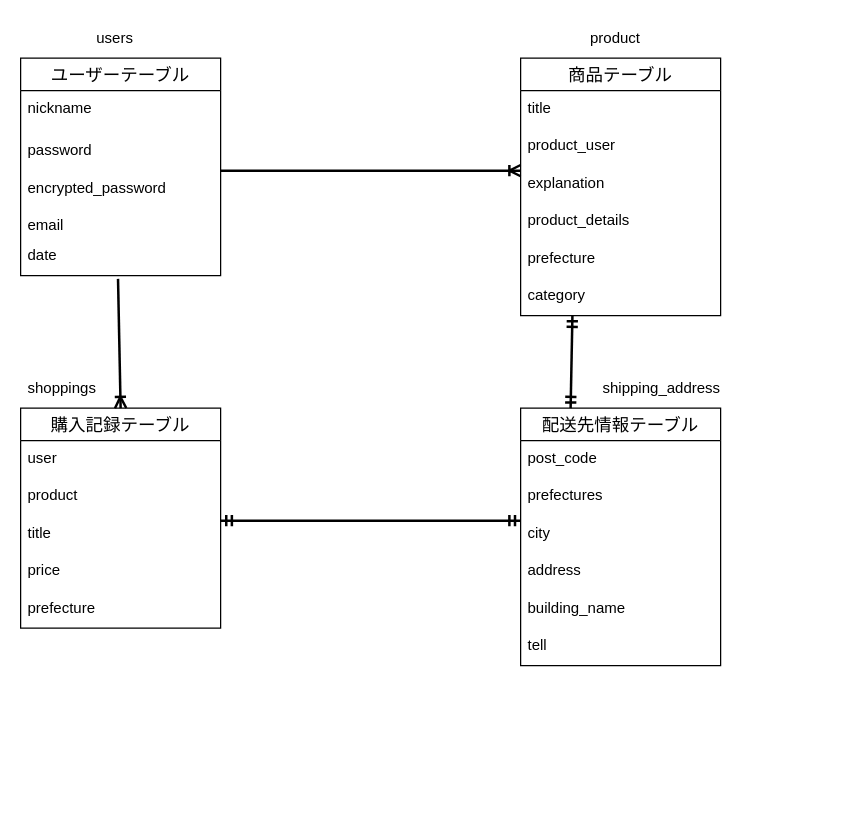
The draw.io diagram .dio in hibiki24o/furima-38475, before the edit. Source tidied: cells renumbered, new cells numbered last; positions are measured from the earlier drawing's top-left corner, leaving out a move shared by most shapes. Both pictures are drawn from the tidied source at 125%, with x=0, y=0 at pixel (20, 20).
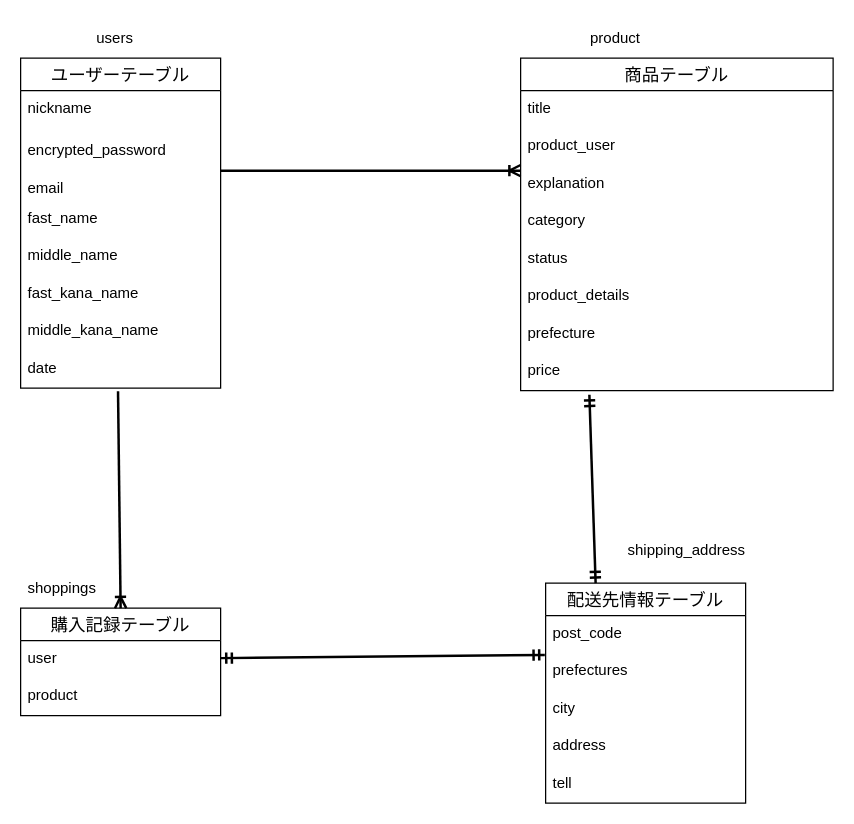
The same diagram, later.

Unchanged cells that the change refers to:
```xml
<mxCell id="23" value="prefectures" style="text;strokeColor=none;fillColor=none;spacingLeft=4;spacingRight=4;overflow=hidden;points=[[0,0.5],[1,0.5]];portConstraint=eastwest;fontSize=12;" parent="21" vertex="1">
  <mxGeometry y="56" width="160" height="30" as="geometry" />
</mxCell>
```

What changed in the source:
```diff
@@
     <mxCell id="2" value="ユーザーテーブル" style="swimlane;fontStyle=0;horizontal=1;startSize=26;align=center;fontSize=14;strokeColor=default;" parent="1" vertex="1">
-      <mxGeometry y="30" width="160" height="174" as="geometry" />
+      <mxGeometry y="30" width="160" height="264" as="geometry" />
     </mxCell>
@@
-    <mxCell id="4" value="password" style="text;strokeColor=none;fillColor=none;spacingLeft=4;spacingRight=4;overflow=hidden;fontSize=12;" parent="2" vertex="1">
-      <mxGeometry y="60" width="160" height="30" as="geometry" />
-    </mxCell>
     <mxCell id="5" value="encrypted_password" style="text;strokeColor=none;fillColor=none;spacingLeft=4;spacingRight=4;overflow=hidden;fontSize=12;" parent="2" vertex="1">
-      <mxGeometry y="90" width="160" height="30" as="geometry" />
+      <mxGeometry y="60" width="160" height="30" as="geometry" />
     </mxCell>
     <mxCell id="6" value="email" style="text;strokeColor=none;fillColor=none;spacingLeft=4;spacingRight=4;overflow=hidden;fontSize=12;" parent="2" vertex="1">
-      <mxGeometry y="120" width="160" height="24" as="geometry" />
+      <mxGeometry y="90" width="160" height="24" as="geometry" />
     </mxCell>
+    <mxCell id="36" value="fast_name" style="text;strokeColor=none;fillColor=none;spacingLeft=4;spacingRight=4;overflow=hidden;fontSize=12;" parent="2" vertex="1">
+      <mxGeometry y="114" width="160" height="30" as="geometry" />
+    </mxCell>
+    <mxCell id="37" value="middle_name" style="text;strokeColor=none;fillColor=none;spacingLeft=4;spacingRight=4;overflow=hidden;fontSize=12;" parent="2" vertex="1">
+      <mxGeometry y="144" width="160" height="30" as="geometry" />
+    </mxCell>
+    <mxCell id="38" value="fast_kana_name" style="text;strokeColor=none;fillColor=none;spacingLeft=4;spacingRight=4;overflow=hidden;fontSize=12;" parent="2" vertex="1">
+      <mxGeometry y="174" width="160" height="30" as="geometry" />
+    </mxCell>
+    <mxCell id="39" value="middle_kana_name" style="text;strokeColor=none;fillColor=none;spacingLeft=4;spacingRight=4;overflow=hidden;fontSize=12;" parent="2" vertex="1">
+      <mxGeometry y="204" width="160" height="30" as="geometry" />
+    </mxCell>
     <mxCell id="7" value="date" style="text;strokeColor=none;fillColor=none;spacingLeft=4;spacingRight=4;overflow=hidden;points=[[0,0.5],[1,0.5]];portConstraint=eastwest;fontSize=12;" parent="2" vertex="1">
-      <mxGeometry y="144" width="160" height="30" as="geometry" />
+      <mxGeometry y="234" width="160" height="30" as="geometry" />
     </mxCell>
     <mxCell id="8" value="商品テーブル" style="swimlane;fontStyle=0;horizontal=1;startSize=26;align=center;fontSize=14;" parent="1" vertex="1">
-      <mxGeometry x="400" y="30" width="160" height="206" as="geometry" />
+      <mxGeometry x="400" y="30" width="250" height="266" as="geometry" />
     </mxCell>
     <mxCell id="9" value="title" style="text;strokeColor=none;fillColor=none;spacingLeft=4;spacingRight=4;overflow=hidden;fontSize=12;" parent="8" vertex="1">
-      <mxGeometry y="26" width="160" height="30" as="geometry" />
+      <mxGeometry y="26" width="250" height="30" as="geometry" />
     </mxCell>
     <mxCell id="10" value="product_user" style="text;strokeColor=none;fillColor=none;spacingLeft=4;spacingRight=4;overflow=hidden;fontSize=12;" parent="8" vertex="1">
-      <mxGeometry y="56" width="160" height="30" as="geometry" />
+      <mxGeometry y="56" width="250" height="30" as="geometry" />
     </mxCell>
     <mxCell id="11" value="explanation" style="text;strokeColor=none;fillColor=none;spacingLeft=4;spacingRight=4;overflow=hidden;fontSize=12;" parent="8" vertex="1">
-      <mxGeometry y="86" width="160" height="30" as="geometry" />
+      <mxGeometry y="86" width="250" height="30" as="geometry" />
     </mxCell>
+    <mxCell id="40" value="category" style="text;strokeColor=none;fillColor=none;spacingLeft=4;spacingRight=4;overflow=hidden;fontSize=12;" parent="8" vertex="1">
+      <mxGeometry y="116" width="250" height="30" as="geometry" />
+    </mxCell>
+    <mxCell id="41" value="status" style="text;strokeColor=none;fillColor=none;spacingLeft=4;spacingRight=4;overflow=hidden;fontSize=12;" parent="8" vertex="1">
+      <mxGeometry y="146" width="250" height="30" as="geometry" />
+    </mxCell>
     <mxCell id="12" value="product_details" style="text;strokeColor=none;fillColor=none;spacingLeft=4;spacingRight=4;overflow=hidden;fontSize=12;" parent="8" vertex="1">
-      <mxGeometry y="116" width="160" height="30" as="geometry" />
+      <mxGeometry y="176" width="250" height="30" as="geometry" />
     </mxCell>
     <mxCell id="13" value="prefecture" style="text;strokeColor=none;fillColor=none;spacingLeft=4;spacingRight=4;overflow=hidden;fontSize=12;" parent="8" vertex="1">
-      <mxGeometry y="146" width="160" height="30" as="geometry" />
+      <mxGeometry y="206" width="250" height="30" as="geometry" />
     </mxCell>
-    <mxCell id="14" value="category" style="text;strokeColor=none;fillColor=none;spacingLeft=4;spacingRight=4;overflow=hidden;points=[[0,0.5],[1,0.5]];portConstraint=eastwest;fontSize=12;" parent="8" vertex="1">
-      <mxGeometry y="176" width="160" height="30" as="geometry" />
+    <mxCell id="14" value="price" style="text;strokeColor=none;fillColor=none;spacingLeft=4;spacingRight=4;overflow=hidden;points=[[0,0.5],[1,0.5]];portConstraint=eastwest;fontSize=12;" parent="8" vertex="1">
+      <mxGeometry y="236" width="250" height="30" as="geometry" />
     </mxCell>
     <mxCell id="15" value="購入記録テーブル" style="swimlane;fontStyle=0;horizontal=1;startSize=26;align=center;fontSize=14;" parent="1" vertex="1">
-      <mxGeometry y="310" width="160" height="176" as="geometry" />
+      <mxGeometry y="470" width="160" height="86" as="geometry" />
     </mxCell>
@@
-    <mxCell id="18" value="title" style="text;strokeColor=none;fillColor=none;spacingLeft=4;spacingRight=4;overflow=hidden;fontSize=12;" parent="15" vertex="1">
-      <mxGeometry y="86" width="160" height="30" as="geometry" />
-    </mxCell>
-    <mxCell id="19" value="price" style="text;strokeColor=none;fillColor=none;spacingLeft=4;spacingRight=4;overflow=hidden;fontSize=12;" parent="15" vertex="1">
-      <mxGeometry y="116" width="160" height="30" as="geometry" />
-    </mxCell>
-    <mxCell id="20" value="prefecture" style="text;strokeColor=none;fillColor=none;spacingLeft=4;spacingRight=4;overflow=hidden;fontSize=12;" parent="15" vertex="1">
-      <mxGeometry y="146" width="160" height="30" as="geometry" />
-    </mxCell>
     <mxCell id="21" value="配送先情報テーブル" style="swimlane;fontStyle=0;horizontal=1;startSize=26;align=center;fontSize=14;strokeColor=default;" parent="1" vertex="1">
-      <mxGeometry x="400" y="310" width="160" height="206" as="geometry" />
+      <mxGeometry x="420" y="450" width="160" height="176" as="geometry" />
     </mxCell>
@@
-    <mxCell id="26" value="building_name" style="text;strokeColor=none;fillColor=none;spacingLeft=4;spacingRight=4;overflow=hidden;fontSize=12;" parent="21" vertex="1">
-      <mxGeometry y="146" width="160" height="30" as="geometry" />
-    </mxCell>
     <mxCell id="27" value="tell" style="text;strokeColor=none;fillColor=none;spacingLeft=4;spacingRight=4;overflow=hidden;fontSize=12;" parent="21" vertex="1">
-      <mxGeometry y="176" width="160" height="30" as="geometry" />
+      <mxGeometry y="146" width="160" height="30" as="geometry" />
     </mxCell>
-    <mxCell id="28" style="fontSize=12;html=1;endArrow=ERmandOne;startArrow=ERmandOne;strokeWidth=2;" parent="1" edge="1">
+    <mxCell id="28" style="fontSize=12;html=1;endArrow=ERmandOne;startArrow=ERmandOne;strokeWidth=2;entryX=-0.004;entryY=0.048;entryDx=0;entryDy=0;entryPerimeter=0;" parent="1" edge="1" target="23">
       <mxGeometry relative="1" as="geometry">
-        <mxPoint x="160" y="400" as="sourcePoint" />
-        <mxPoint x="400" y="400" as="targetPoint" />
+        <mxPoint x="160" y="510" as="sourcePoint" />
       </mxGeometry>
     </mxCell>
@@
-    <mxCell id="30" style="fontSize=12;html=1;endArrow=ERmandOne;startArrow=ERmandOne;strokeWidth=2;exitX=0.25;exitY=0;exitDx=0;exitDy=0;entryX=0.259;entryY=1;entryDx=0;entryDy=0;entryPerimeter=0;" parent="1" edge="1" source="21" target="14">
+    <mxCell id="30" style="fontSize=12;html=1;endArrow=ERmandOne;startArrow=ERmandOne;strokeWidth=2;exitX=0.25;exitY=0;exitDx=0;exitDy=0;entryX=0.22;entryY=1.111;entryDx=0;entryDy=0;entryPerimeter=0;" parent="1" edge="1" source="21" target="14">
       <mxGeometry relative="1" as="geometry" />
     </mxCell>
@@
-    <mxCell id="33" value="shipping_address" style="text;strokeColor=none;fillColor=none;spacingLeft=4;spacingRight=4;overflow=hidden;fontSize=12;" parent="1" vertex="1">
-      <mxGeometry x="460" y="280" width="110" height="30" as="geometry" />
-    </mxCell>
@@
     <mxCell id="35" value="shoppings" style="text;strokeColor=none;fillColor=none;spacingLeft=4;spacingRight=4;overflow=hidden;fontSize=12;" parent="1" vertex="1">
-      <mxGeometry y="280" width="80" height="30" as="geometry" />
+      <mxGeometry y="440" width="80" height="30" as="geometry" />
     </mxCell>
+    <mxCell id="33" value="shipping_address" style="text;strokeColor=none;fillColor=none;spacingLeft=4;spacingRight=4;overflow=hidden;fontSize=12;" parent="1" vertex="1">
+      <mxGeometry x="480" y="410" width="120" height="30" as="geometry" />
+    </mxCell>
```
